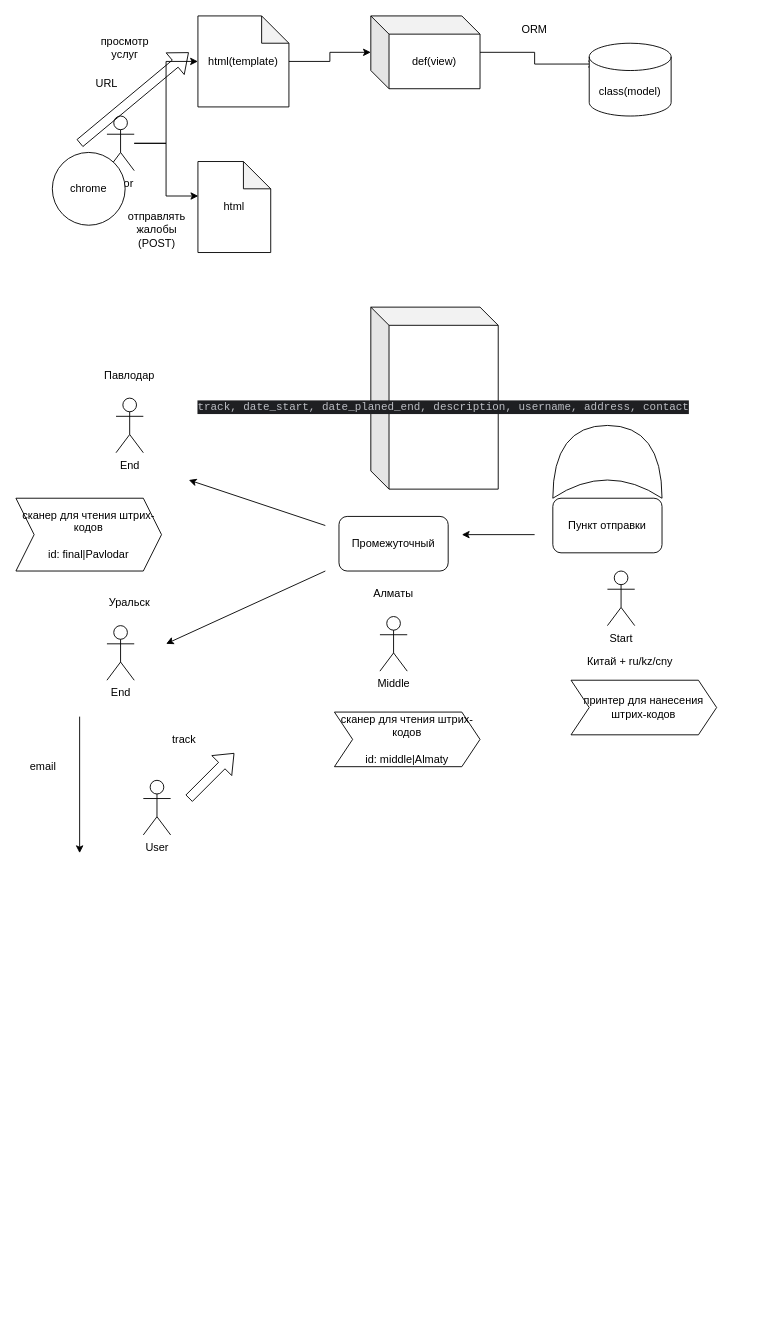
This is projects/11/web_item_tracking/backend/передача данных.drawio from bogdandrienko/PyE-222-1, a draw.io file, before an edit. Source tidied: cells renumbered, new cells numbered last; positions are measured from the earlier drawing's top-left corner, leaving out a move shared by most shapes. Both pictures are drawn from the tidied source at 91%, with x=0, y=0 at pixel (15, 15).
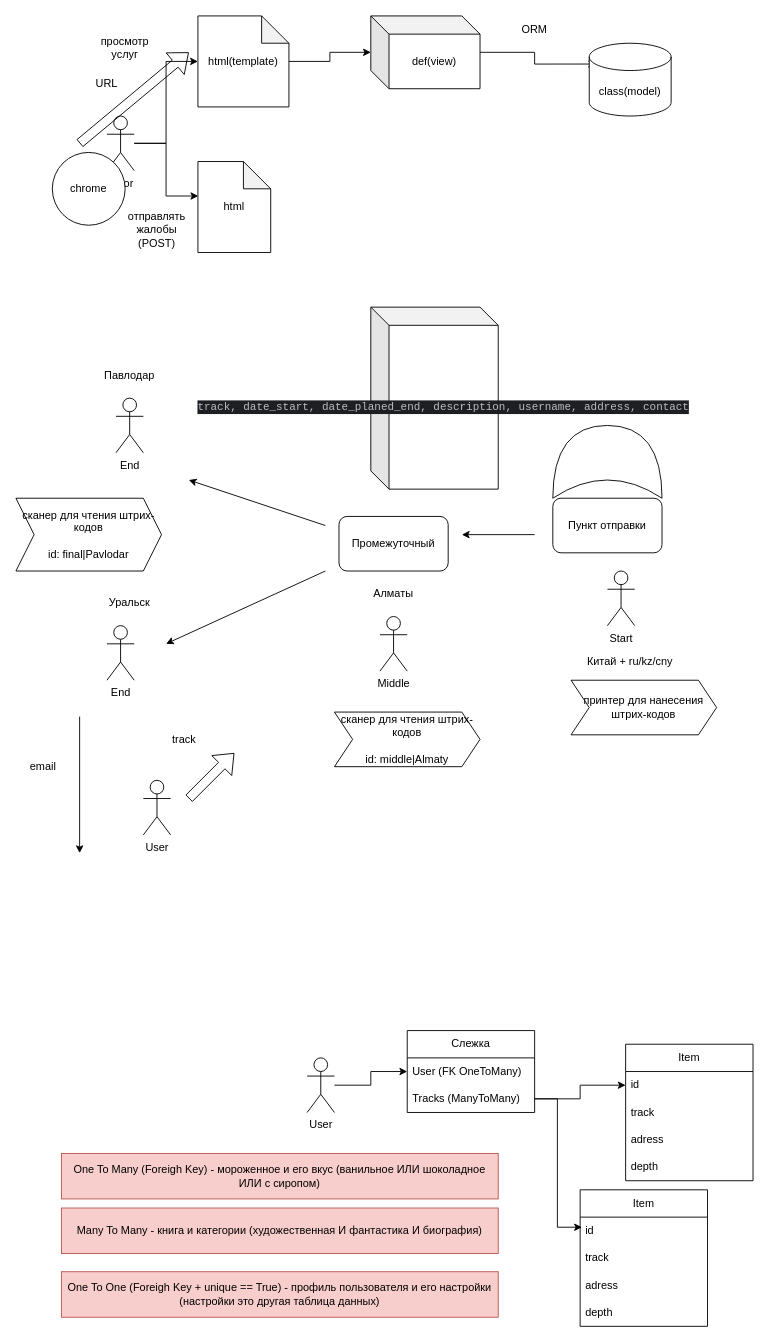
The same diagram, later.

What changed in the source:
```diff
@@
+    <mxCell id="40" style="edgeStyle=orthogonalEdgeStyle;rounded=0;jettySize=auto;html=1;entryX=0;entryY=0.5;entryDx=0;entryDy=0;" parent="1" edge="1" source="41" target="43">
+      <mxGeometry relative="1" as="geometry" />
+    </mxCell>
+    <mxCell id="41" value="User" style="shape=umlActor;verticalLabelPosition=bottom;verticalAlign=top;html=1;outlineConnect=0;" parent="1" vertex="1">
+      <mxGeometry x="320" y="1145" width="30" height="60" as="geometry" />
+    </mxCell>
+    <mxCell id="42" value="Слежка" style="swimlane;fontStyle=0;horizontal=1;startSize=30;whiteSpace=wrap;html=1;" parent="1" vertex="1">
+      <mxGeometry x="430" y="1115" width="140" height="90" as="geometry" />
+    </mxCell>
+    <mxCell id="43" value="User (FK OneToMany)" style="text;strokeColor=none;fillColor=none;align=left;verticalAlign=middle;spacingLeft=4;spacingRight=4;overflow=hidden;points=[[0,0.5],[1,0.5]];portConstraint=eastwest;whiteSpace=wrap;html=1;" parent="42" vertex="1">
+      <mxGeometry y="30" width="140" height="30" as="geometry" />
+    </mxCell>
+    <mxCell id="44" value="Tracks (ManyToMany)" style="text;strokeColor=none;fillColor=none;align=left;verticalAlign=middle;spacingLeft=4;spacingRight=4;overflow=hidden;points=[[0,0.5],[1,0.5]];portConstraint=eastwest;whiteSpace=wrap;html=1;" parent="42" vertex="1">
+      <mxGeometry y="60" width="140" height="30" as="geometry" />
+    </mxCell>
+    <mxCell id="45" value="Item" style="swimlane;fontStyle=0;horizontal=1;startSize=30;whiteSpace=wrap;html=1;" parent="1" vertex="1">
+      <mxGeometry x="670" y="1130" width="140" height="150" as="geometry" />
+    </mxCell>
+    <mxCell id="46" value="id" style="text;strokeColor=none;fillColor=none;align=left;verticalAlign=middle;spacingLeft=4;spacingRight=4;overflow=hidden;points=[[0,0.5],[1,0.5]];portConstraint=eastwest;whiteSpace=wrap;html=1;" parent="45" vertex="1">
+      <mxGeometry y="30" width="140" height="30" as="geometry" />
+    </mxCell>
+    <mxCell id="47" value="track" style="text;strokeColor=none;fillColor=none;align=left;verticalAlign=middle;spacingLeft=4;spacingRight=4;overflow=hidden;whiteSpace=wrap;html=1;" parent="45" vertex="1">
+      <mxGeometry y="60" width="140" height="30" as="geometry" />
+    </mxCell>
+    <mxCell id="48" value="adress" style="text;strokeColor=none;fillColor=none;align=left;verticalAlign=middle;spacingLeft=4;spacingRight=4;overflow=hidden;whiteSpace=wrap;html=1;" parent="45" vertex="1">
+      <mxGeometry y="90" width="140" height="30" as="geometry" />
+    </mxCell>
+    <mxCell id="49" value="depth" style="text;strokeColor=none;fillColor=none;align=left;verticalAlign=middle;spacingLeft=4;spacingRight=4;overflow=hidden;whiteSpace=wrap;html=1;" parent="45" vertex="1">
+      <mxGeometry y="120" width="140" height="30" as="geometry" />
+    </mxCell>
+    <mxCell id="50" style="edgeStyle=orthogonalEdgeStyle;rounded=0;jettySize=auto;html=1;" parent="1" edge="1" source="44" target="46">
+      <mxGeometry relative="1" as="geometry" />
+    </mxCell>
+    <mxCell id="51" value="Item" style="swimlane;fontStyle=0;horizontal=1;startSize=30;whiteSpace=wrap;html=1;" parent="1" vertex="1">
+      <mxGeometry x="620" y="1290" width="140" height="150" as="geometry" />
+    </mxCell>
+    <mxCell id="52" value="id" style="text;strokeColor=none;fillColor=none;align=left;verticalAlign=middle;spacingLeft=4;spacingRight=4;overflow=hidden;points=[[0,0.5],[1,0.5]];portConstraint=eastwest;whiteSpace=wrap;html=1;" parent="51" vertex="1">
+      <mxGeometry y="30" width="140" height="30" as="geometry" />
+    </mxCell>
+    <mxCell id="53" value="track" style="text;strokeColor=none;fillColor=none;align=left;verticalAlign=middle;spacingLeft=4;spacingRight=4;overflow=hidden;whiteSpace=wrap;html=1;" parent="51" vertex="1">
+      <mxGeometry y="60" width="140" height="30" as="geometry" />
+    </mxCell>
+    <mxCell id="54" value="adress" style="text;strokeColor=none;fillColor=none;align=left;verticalAlign=middle;spacingLeft=4;spacingRight=4;overflow=hidden;whiteSpace=wrap;html=1;" parent="51" vertex="1">
+      <mxGeometry y="90" width="140" height="30" as="geometry" />
+    </mxCell>
+    <mxCell id="55" value="depth" style="text;strokeColor=none;fillColor=none;align=left;verticalAlign=middle;spacingLeft=4;spacingRight=4;overflow=hidden;whiteSpace=wrap;html=1;" parent="51" vertex="1">
+      <mxGeometry y="120" width="140" height="30" as="geometry" />
+    </mxCell>
+    <mxCell id="56" style="edgeStyle=orthogonalEdgeStyle;rounded=0;jettySize=auto;html=1;entryX=0.014;entryY=0.371;entryDx=0;entryDy=0;entryPerimeter=0;" parent="1" edge="1" source="44" target="52">
+      <mxGeometry relative="1" as="geometry" />
+    </mxCell>
+    <mxCell id="57" value="One To Many (Foreigh Key) - мороженное и его вкус (ванильное ИЛИ шоколадное ИЛИ с сиропом)" style="text;html=1;strokeColor=#b85450;fillColor=#f8cecc;align=center;verticalAlign=middle;whiteSpace=wrap;rounded=0;" parent="1" vertex="1">
+      <mxGeometry x="50" y="1250" width="480" height="50" as="geometry" />
+    </mxCell>
+    <mxCell id="58" value="Many To Many - книга и категории (художественная И фантастика И биография)" style="text;html=1;strokeColor=#b85450;fillColor=#f8cecc;align=center;verticalAlign=middle;whiteSpace=wrap;rounded=0;" parent="1" vertex="1">
+      <mxGeometry x="50" y="1310" width="480" height="50" as="geometry" />
+    </mxCell>
+    <mxCell id="59" value="One To One (Foreigh Key + unique == True) - профиль пользователя и его настройки (настройки это другая таблица данных)" style="text;html=1;strokeColor=#b85450;fillColor=#f8cecc;align=center;verticalAlign=middle;whiteSpace=wrap;rounded=0;" parent="1" vertex="1">
+      <mxGeometry x="50" y="1380" width="480" height="50" as="geometry" />
+    </mxCell>
```
